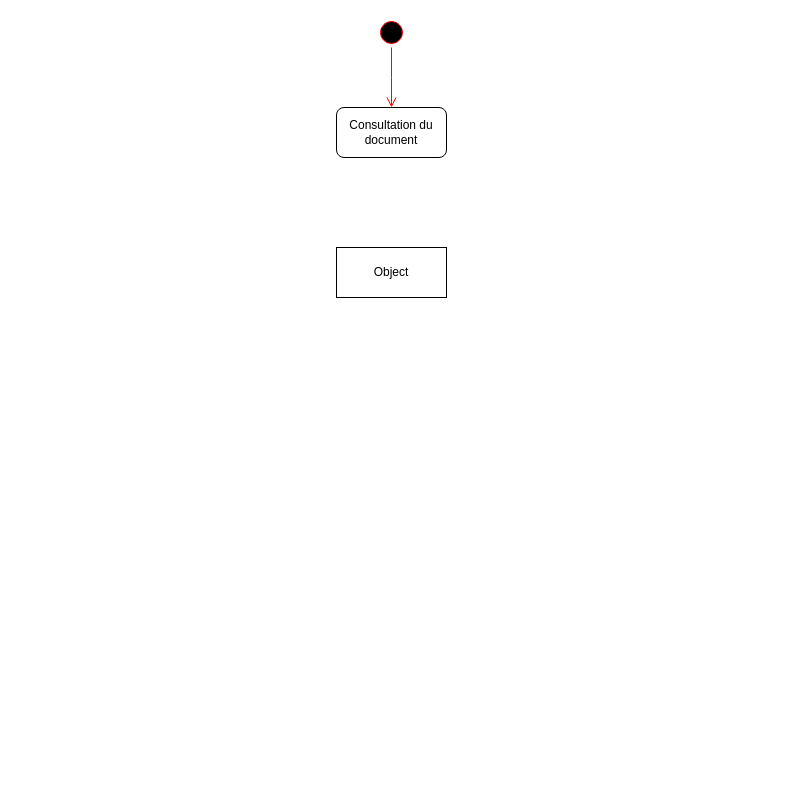
LeoJab/CDA keeps this draw.io diagram as développer_des_composants_d'interface/maquetter_une_application/Diagramme d'activité Médiathèque.drawio. Above is the earlier version. Source tidied: cells renumbered, new cells numbered last; positions are measured from the earlier drawing's top-left corner, leaving out a move shared by most shapes. Both pictures are drawn from the tidied source at 100%, with x=0, y=0 at pixel (336, 17).
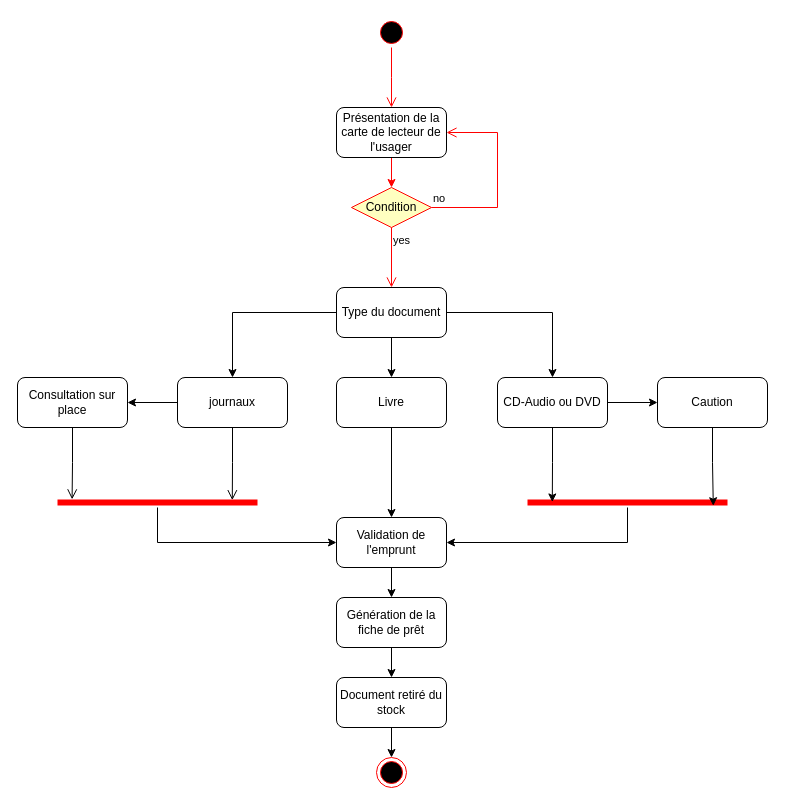
Above is the later version.

Commit message (it also covers changes not shown here):
Exercice Mediathèque

What changed in the source:
```diff
@@
+    <mxCell id="6" style="edgeStyle=orthogonalEdgeStyle;rounded=0;jettySize=auto;html=1;strokeColor=#FF0000;" parent="1" edge="1" source="4" target="11">
+      <mxGeometry relative="1" as="geometry" />
+    </mxCell>
-    <mxCell id="4" value="Consultation du document" style="html=1;whiteSpace=wrap;rounded=1;glass=0;shadow=0;" parent="1" vertex="1">
+    <mxCell id="4" value="Présentation de la carte de lecteur de l'usager" style="html=1;whiteSpace=wrap;rounded=1;glass=0;shadow=0;" parent="1" vertex="1">
       <mxGeometry y="90" width="110" height="50" as="geometry" />
     </mxCell>
-    <mxCell id="5" value="Object" style="html=1;whiteSpace=wrap;" parent="1" vertex="1">
-      <mxGeometry y="230" width="110" height="50" as="geometry" />
-    </mxCell>
+    <mxCell id="7" style="edgeStyle=orthogonalEdgeStyle;rounded=0;jettySize=auto;html=1;entryX=0.5;entryY=0;entryDx=0;entryDy=0;" parent="1" edge="1" source="10" target="17">
+      <mxGeometry relative="1" as="geometry" />
+    </mxCell>
+    <mxCell id="8" style="edgeStyle=orthogonalEdgeStyle;rounded=0;jettySize=auto;html=1;entryX=0.5;entryY=0;entryDx=0;entryDy=0;" parent="1" edge="1" source="10" target="15">
+      <mxGeometry relative="1" as="geometry" />
+    </mxCell>
+    <mxCell id="9" style="edgeStyle=orthogonalEdgeStyle;rounded=0;jettySize=auto;html=1;entryX=0.5;entryY=0;entryDx=0;entryDy=0;" parent="1" edge="1" source="10" target="19">
+      <mxGeometry relative="1" as="geometry" />
+    </mxCell>
+    <mxCell id="10" value="Type du document" style="html=1;whiteSpace=wrap;rounded=1;" parent="1" vertex="1">
+      <mxGeometry y="270" width="110" height="50" as="geometry" />
+    </mxCell>
+    <mxCell id="11" value="Condition" style="rhombus;whiteSpace=wrap;html=1;fontColor=#000000;fillColor=#ffffc0;strokeColor=#ff0000;" parent="1" vertex="1">
+      <mxGeometry x="15" y="170" width="80" height="40" as="geometry" />
+    </mxCell>
+    <mxCell id="12" value="no" style="edgeStyle=orthogonalEdgeStyle;html=1;align=left;verticalAlign=bottom;endArrow=open;endSize=8;strokeColor=#FF0000;rounded=0;entryX=1;entryY=0.5;entryDx=0;entryDy=0;" parent="1" edge="1" source="11" target="4">
+      <mxGeometry x="-1" relative="1" as="geometry">
+        <Array as="points">
+          <mxPoint x="161" y="190" />
+          <mxPoint x="161" y="115" />
+        </Array>
+      </mxGeometry>
+    </mxCell>
+    <mxCell id="13" value="yes" style="edgeStyle=orthogonalEdgeStyle;html=1;align=left;verticalAlign=top;endArrow=open;endSize=8;strokeColor=#ff0000;rounded=0;entryX=0.5;entryY=0;entryDx=0;entryDy=0;" parent="1" edge="1" source="11" target="10">
+      <mxGeometry x="-1" relative="1" as="geometry" />
+    </mxCell>
+    <mxCell id="14" style="edgeStyle=orthogonalEdgeStyle;rounded=0;jettySize=auto;html=1;entryX=0.5;entryY=0;entryDx=0;entryDy=0;" parent="1" edge="1" source="15" target="24">
+      <mxGeometry relative="1" as="geometry" />
+    </mxCell>
+    <mxCell id="15" value="Livre" style="html=1;whiteSpace=wrap;rounded=1;" parent="1" vertex="1">
+      <mxGeometry y="360" width="110" height="50" as="geometry" />
+    </mxCell>
+    <mxCell id="16" style="edgeStyle=orthogonalEdgeStyle;rounded=0;jettySize=auto;html=1;entryX=0;entryY=0.5;entryDx=0;entryDy=0;" parent="1" edge="1" source="17" target="20">
+      <mxGeometry relative="1" as="geometry" />
+    </mxCell>
+    <mxCell id="17" value="CD-Audio ou DVD" style="html=1;whiteSpace=wrap;rounded=1;" parent="1" vertex="1">
+      <mxGeometry x="161" y="360" width="110" height="50" as="geometry" />
+    </mxCell>
+    <mxCell id="18" style="edgeStyle=orthogonalEdgeStyle;rounded=0;jettySize=auto;html=1;" parent="1" edge="1" source="19" target="32">
+      <mxGeometry relative="1" as="geometry" />
+    </mxCell>
+    <mxCell id="19" value="journaux" style="html=1;whiteSpace=wrap;rounded=1;" parent="1" vertex="1">
+      <mxGeometry x="-159" y="360" width="110" height="50" as="geometry" />
+    </mxCell>
+    <mxCell id="20" value="Caution" style="html=1;whiteSpace=wrap;rounded=1;" parent="1" vertex="1">
+      <mxGeometry x="321" y="360" width="110" height="50" as="geometry" />
+    </mxCell>
+    <mxCell id="21" style="edgeStyle=orthogonalEdgeStyle;rounded=0;jettySize=auto;html=1;entryX=1;entryY=0.5;entryDx=0;entryDy=0;" parent="1" edge="1" source="22" target="24">
+      <mxGeometry relative="1" as="geometry">
+        <Array as="points">
+          <mxPoint x="291" y="525" />
+        </Array>
+      </mxGeometry>
+    </mxCell>
+    <mxCell id="22" style="shape=line;html=1;strokeWidth=6;strokeColor=#ff0000;" parent="1" vertex="1">
+      <mxGeometry x="191" y="480" width="200" height="10" as="geometry" />
+    </mxCell>
+    <mxCell id="23" style="edgeStyle=orthogonalEdgeStyle;rounded=0;jettySize=auto;html=1;" parent="1" edge="1" source="24" target="26">
+      <mxGeometry relative="1" as="geometry" />
+    </mxCell>
+    <mxCell id="24" value="Validation de l'emprunt" style="html=1;whiteSpace=wrap;rounded=1;" parent="1" vertex="1">
+      <mxGeometry y="500" width="110" height="50" as="geometry" />
+    </mxCell>
+    <mxCell id="25" style="edgeStyle=orthogonalEdgeStyle;rounded=0;jettySize=auto;html=1;entryX=0.5;entryY=0;entryDx=0;entryDy=0;" parent="1" edge="1" source="26" target="28">
+      <mxGeometry relative="1" as="geometry" />
+    </mxCell>
+    <mxCell id="26" value="Génération de la fiche de prêt" style="html=1;whiteSpace=wrap;rounded=1;" parent="1" vertex="1">
+      <mxGeometry y="580" width="110" height="50" as="geometry" />
+    </mxCell>
+    <mxCell id="27" style="edgeStyle=orthogonalEdgeStyle;rounded=0;jettySize=auto;html=1;entryX=0.5;entryY=0;entryDx=0;entryDy=0;" parent="1" edge="1" source="28" target="29">
+      <mxGeometry relative="1" as="geometry" />
+    </mxCell>
+    <mxCell id="28" value="Document retiré du stock" style="html=1;whiteSpace=wrap;rounded=1;" parent="1" vertex="1">
+      <mxGeometry y="660" width="110" height="50" as="geometry" />
+    </mxCell>
+    <mxCell id="29" style="ellipse;html=1;shape=endState;fillColor=#000000;strokeColor=#ff0000;" parent="1" vertex="1">
+      <mxGeometry x="40" y="740" width="30" height="30" as="geometry" />
+    </mxCell>
+    <mxCell id="30" style="edgeStyle=orthogonalEdgeStyle;rounded=0;jettySize=auto;html=1;entryX=0.124;entryY=0.447;entryDx=0;entryDy=0;entryPerimeter=0;" parent="1" edge="1" source="17" target="22">
+      <mxGeometry relative="1" as="geometry" />
+    </mxCell>
+    <mxCell id="31" style="edgeStyle=orthogonalEdgeStyle;rounded=0;jettySize=auto;html=1;entryX=0.929;entryY=0.824;entryDx=0;entryDy=0;entryPerimeter=0;" parent="1" edge="1" source="20" target="22">
+      <mxGeometry relative="1" as="geometry" />
+    </mxCell>
+    <mxCell id="32" value="Consultation sur place" style="html=1;whiteSpace=wrap;rounded=1;" parent="1" vertex="1">
+      <mxGeometry x="-319" y="360" width="110" height="50" as="geometry" />
+    </mxCell>
+    <mxCell id="33" style="edgeStyle=orthogonalEdgeStyle;rounded=0;jettySize=auto;html=1;entryX=0;entryY=0.5;entryDx=0;entryDy=0;" parent="1" edge="1" source="34" target="24">
+      <mxGeometry relative="1" as="geometry">
+        <Array as="points">
+          <mxPoint x="-179" y="525" />
+        </Array>
+      </mxGeometry>
+    </mxCell>
+    <mxCell id="34" style="shape=line;html=1;strokeWidth=6;strokeColor=#ff0000;" parent="1" vertex="1">
+      <mxGeometry x="-279" y="480" width="200" height="10" as="geometry" />
+    </mxCell>
+    <mxCell id="35" style="edgeStyle=orthogonalEdgeStyle;shape=connector;rounded=0;jettySize=auto;html=1;entryX=0.073;entryY=0.187;entryDx=0;entryDy=0;entryPerimeter=0;labelBackgroundColor=default;strokeColor=#000000;align=left;verticalAlign=bottom;fontFamily=Helvetica;fontSize=11;fontColor=default;endArrow=open;endSize=8;" parent="1" edge="1" source="32" target="34">
+      <mxGeometry relative="1" as="geometry" />
+    </mxCell>
+    <mxCell id="36" style="edgeStyle=orthogonalEdgeStyle;shape=connector;rounded=0;jettySize=auto;html=1;entryX=0.874;entryY=0.267;entryDx=0;entryDy=0;entryPerimeter=0;labelBackgroundColor=default;strokeColor=#000000;align=left;verticalAlign=bottom;fontFamily=Helvetica;fontSize=11;fontColor=default;endArrow=open;endSize=8;" parent="1" edge="1" source="19" target="34">
+      <mxGeometry relative="1" as="geometry" />
+    </mxCell>
```
